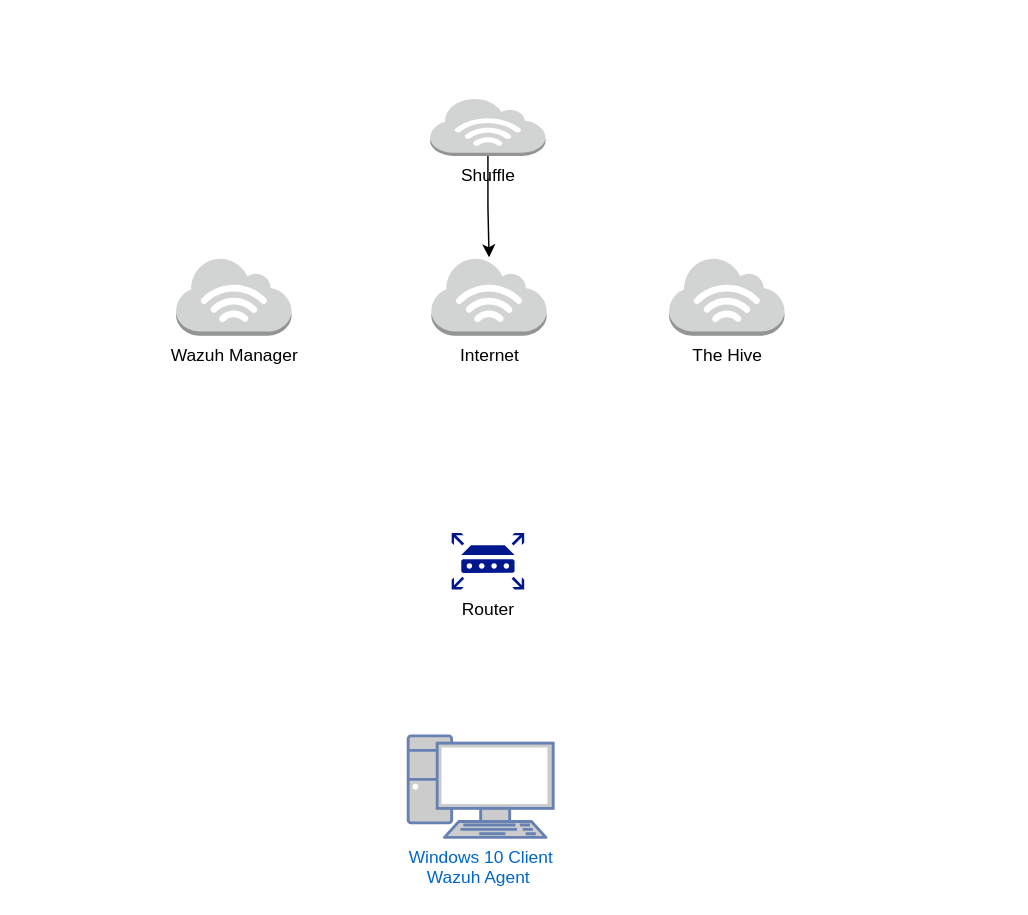
The draw.io diagram SOC Automation Project.drawio in kalenthedon/Detection-Lab, before the edit. Source tidied: cells renumbered, new cells numbered last; positions are measured from the earlier drawing's top-left corner, leaving out a move shared by most shapes. Both pictures are drawn from the tidied source at 145%, with x=0, y=0 at pixel (175, 97).
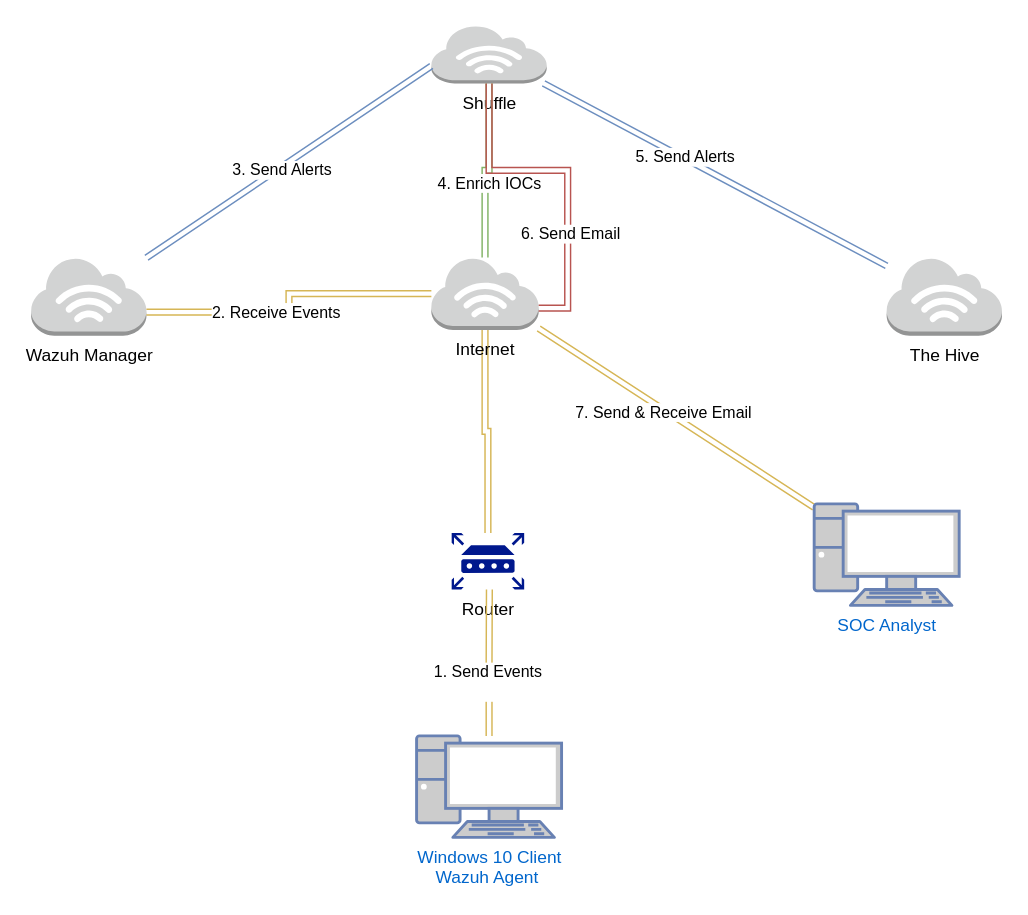
After the change.

Unchanged cells that the change refers to:
```xml
<mxCell id="3" value="Router" style="sketch=0;shadow=0;dashed=0;html=1;strokeColor=none;labelPosition=center;verticalLabelPosition=bottom;verticalAlign=top;align=center;fillColor=#00188D;shape=mxgraph.mscae.enterprise.router;" parent="1" vertex="1">
  <mxGeometry x="190" y="300" width="50" height="39" as="geometry" />
</mxCell>
```

Diff of the diagram source:
```diff
@@
     <mxCell id="2" value="Windows 10 Client&lt;div&gt;Wazuh Agent&amp;nbsp;&lt;/div&gt;" style="fontColor=#0066CC;verticalAlign=top;verticalLabelPosition=bottom;labelPosition=center;align=center;html=1;outlineConnect=0;fillColor=#CCCCCC;strokeColor=#6881B3;gradientColor=none;gradientDirection=north;strokeWidth=2;shape=mxgraph.networks.pc;" parent="1" vertex="1">
-      <mxGeometry x="160" y="440" width="100" height="70" as="geometry" />
+      <mxGeometry x="165.8" y="440" width="100" height="70" as="geometry" />
     </mxCell>
+    <mxCell id="9" style="edgeStyle=orthogonalEdgeStyle;rounded=0;jettySize=auto;html=1;shape=link;fillColor=#fff2cc;strokeColor=#d6b656;" parent="1" edge="1" source="3" target="4">
+      <mxGeometry relative="1" as="geometry" />
+    </mxCell>
@@
+    <mxCell id="10" style="rounded=0;jettySize=auto;html=1;shape=link;fillColor=#fff2cc;strokeColor=#d6b656;" parent="1" edge="1" source="4" target="14">
+      <mxGeometry relative="1" as="geometry" />
+    </mxCell>
+    <mxCell id="11" value="7. Send &amp;amp; Receive Email" style="edgeLabel;html=1;align=center;verticalAlign=middle;" parent="10" vertex="1">
+      <mxGeometry x="-0.09" y="-2" relative="1" as="geometry" />
+    </mxCell>
     <mxCell id="4" value="Internet&lt;div&gt;&lt;br&gt;&lt;/div&gt;" style="outlineConnect=0;dashed=0;verticalLabelPosition=bottom;verticalAlign=top;align=center;html=1;shape=mxgraph.aws3.internet_3;fillColor=#D2D3D3;gradientColor=none;" parent="1" vertex="1">
-      <mxGeometry x="176" y="110" width="79.5" height="54" as="geometry" />
+      <mxGeometry x="176" y="110" width="74" height="50" as="geometry" />
     </mxCell>
     <mxCell id="5" value="&lt;div&gt;Wazuh Manager&lt;/div&gt;&lt;div&gt;&lt;br&gt;&lt;/div&gt;" style="outlineConnect=0;dashed=0;verticalLabelPosition=bottom;verticalAlign=top;align=center;html=1;shape=mxgraph.aws3.internet_3;fillColor=#D2D3D3;gradientColor=none;" parent="1" vertex="1">
-      <mxGeometry y="110" width="79.5" height="54" as="geometry" />
+      <mxGeometry x="-100" y="110" width="79.5" height="54" as="geometry" />
     </mxCell>
     <mxCell id="6" value="The Hive&lt;div&gt;&lt;br&gt;&lt;/div&gt;" style="outlineConnect=0;dashed=0;verticalLabelPosition=bottom;verticalAlign=top;align=center;html=1;shape=mxgraph.aws3.internet_3;fillColor=#D2D3D3;gradientColor=none;" parent="1" vertex="1">
-      <mxGeometry x="340" y="110" width="79.5" height="54" as="geometry" />
+      <mxGeometry x="490" y="110" width="79.5" height="54" as="geometry" />
     </mxCell>
+    <mxCell id="12" style="rounded=0;jettySize=auto;html=1;shape=link;fillColor=#dae8fc;strokeColor=#6c8ebf;" parent="1" edge="1" source="8" target="6">
+      <mxGeometry relative="1" as="geometry" />
+    </mxCell>
+    <mxCell id="13" value="5. Send Alerts" style="edgeLabel;html=1;align=center;verticalAlign=middle;" parent="12" vertex="1">
+      <mxGeometry x="-0.19" y="1" relative="1" as="geometry" />
+    </mxCell>
+    <mxCell id="8" value="&lt;div&gt;Shuffle&lt;/div&gt;&lt;div&gt;&lt;br&gt;&lt;/div&gt;" style="outlineConnect=0;dashed=0;verticalLabelPosition=bottom;verticalAlign=top;align=center;html=1;shape=mxgraph.aws3.internet_3;fillColor=#D2D3D3;gradientColor=none;" parent="1" vertex="1">
+      <mxGeometry x="176" y="-50" width="79.5" height="40" as="geometry" />
+    </mxCell>
+    <mxCell id="14" value="SOC Analyst&lt;div&gt;&lt;br&gt;&lt;/div&gt;" style="fontColor=#0066CC;verticalAlign=top;verticalLabelPosition=bottom;labelPosition=center;align=center;html=1;outlineConnect=0;fillColor=#CCCCCC;strokeColor=#6881B3;gradientColor=none;gradientDirection=north;strokeWidth=2;shape=mxgraph.networks.pc;" parent="1" vertex="1">
+      <mxGeometry x="440" y="280" width="100" height="70" as="geometry" />
+    </mxCell>
+    <mxCell id="15" style="edgeStyle=orthogonalEdgeStyle;rounded=0;jettySize=auto;html=1;entryX=0.52;entryY=1;entryDx=0;entryDy=0;entryPerimeter=0;startArrow=classic;startFill=1;shape=link;fillColor=#fff2cc;strokeColor=#d6b656;" parent="1" edge="1" source="2" target="3">
+      <mxGeometry relative="1" as="geometry" />
+    </mxCell>
+    <mxCell id="16" value="1. Send Events&lt;div&gt;&lt;br&gt;&lt;/div&gt;" style="edgeLabel;html=1;align=center;verticalAlign=middle;" parent="15" vertex="1">
+      <mxGeometry x="-0.25" y="1" relative="1" as="geometry" />
+    </mxCell>
+    <mxCell id="17" style="edgeStyle=orthogonalEdgeStyle;rounded=0;jettySize=auto;html=1;entryX=1;entryY=0.7;entryDx=0;entryDy=0;entryPerimeter=0;shape=link;fillColor=#fff2cc;strokeColor=#d6b656;" parent="1" edge="1" source="4" target="5">
+      <mxGeometry relative="1" as="geometry" />
+    </mxCell>
+    <mxCell id="18" value="2. Receive Events" style="edgeLabel;html=1;align=center;verticalAlign=middle;" parent="17" vertex="1">
+      <mxGeometry x="0.15" relative="1" as="geometry" />
+    </mxCell>
+    <mxCell id="19" style="rounded=0;jettySize=auto;html=1;entryX=0;entryY=0.7;entryDx=0;entryDy=0;entryPerimeter=0;shape=link;fillColor=#dae8fc;strokeColor=#6c8ebf;" parent="1" edge="1" source="5" target="8">
+      <mxGeometry relative="1" as="geometry" />
+    </mxCell>
+    <mxCell id="20" value="3. Send Alerts" style="edgeLabel;html=1;align=center;verticalAlign=middle;" parent="19" vertex="1">
+      <mxGeometry x="-0.06" y="-1" relative="1" as="geometry" />
+    </mxCell>
+    <mxCell id="21" style="edgeStyle=orthogonalEdgeStyle;rounded=0;jettySize=auto;html=1;entryX=0.5;entryY=1;entryDx=0;entryDy=0;entryPerimeter=0;shape=link;fillColor=#d5e8d4;strokeColor=#82b366;" parent="1" edge="1" source="4" target="8">
+      <mxGeometry relative="1" as="geometry" />
+    </mxCell>
+    <mxCell id="22" value="4. Enrich IOCs" style="edgeLabel;html=1;align=center;verticalAlign=middle;" parent="21" vertex="1">
+      <mxGeometry x="-0.15" y="-2" relative="1" as="geometry" />
+    </mxCell>
-    <mxCell id="7" style="edgeStyle=orthogonalEdgeStyle;rounded=0;jettySize=auto;html=1;" parent="1" edge="1" source="8" target="4">
+    <mxCell id="7" style="rounded=0;jettySize=auto;html=1;entryX=1;entryY=0.7;entryDx=0;entryDy=0;entryPerimeter=0;edgeStyle=orthogonalEdgeStyle;fillColor=#f8cecc;strokeColor=#b85450;shape=link;" parent="1" edge="1" source="8" target="4">
       <mxGeometry relative="1" as="geometry" />
     </mxCell>
-    <mxCell id="8" value="&lt;div&gt;Shuffle&lt;/div&gt;&lt;div&gt;&lt;br&gt;&lt;/div&gt;" style="outlineConnect=0;dashed=0;verticalLabelPosition=bottom;verticalAlign=top;align=center;html=1;shape=mxgraph.aws3.internet_3;fillColor=#D2D3D3;gradientColor=none;" parent="1" vertex="1">
-      <mxGeometry x="175.2" width="79.5" height="40" as="geometry" />
-    </mxCell>
+    <mxCell id="23" value="6. Send Email" style="edgeLabel;html=1;align=center;verticalAlign=middle;" parent="7" vertex="1">
+      <mxGeometry x="0.38" y="1" relative="1" as="geometry" />
+    </mxCell>
```
